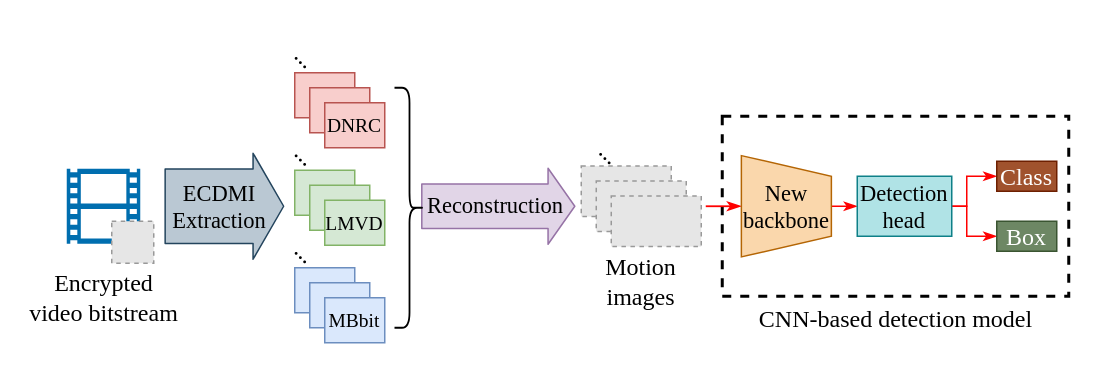
Before: Copy of NOLO.drawio in tianxianhao/Text, a draw.io diagram. Source tidied: cells renumbered, new cells numbered last; positions are measured from the earlier drawing's top-left corner, leaving out a move shared by most shapes. Both pictures are drawn from the tidied source at 150%, with x=0, y=0 at pixel (26, 42). Pictures stored in the file or linked from it are replaced by grey dashed boxes.
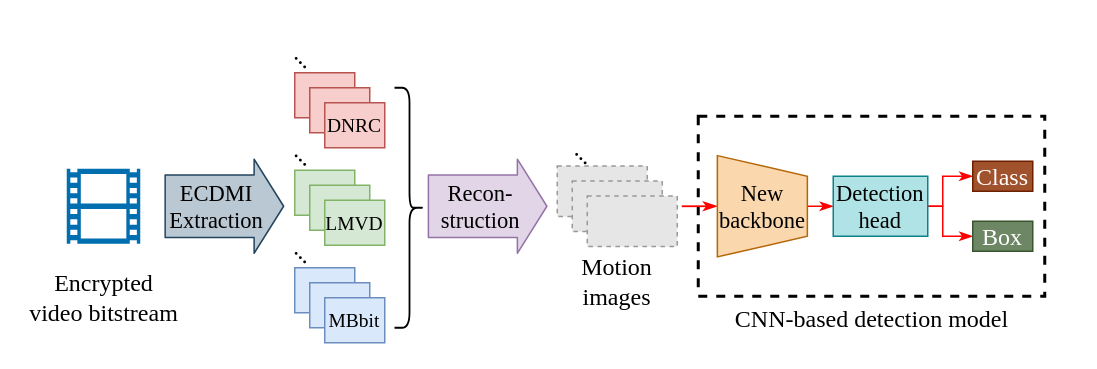
The same page after the edit.

The change refers to these unchanged cells:
```xml
<mxCell id="39" style="group;" parent="1" vertex="1">
  <mxGeometry x="90" y="76" width="80" height="60" as="geometry" />
</mxCell>
<mxCell id="40" style="group;fontFamily=Times New Roman;labelBackgroundColor=none;fontSize=18;" parent="39" vertex="1">
  <mxGeometry width="80" height="60" as="geometry" />
</mxCell>
```

The edit, as a diff of the source:
```diff
@@
     <mxCell id="2" style="rounded=0;whiteSpace=wrap;html=1;strokeColor=#000000;strokeWidth=2;fontFamily=Times New Roman;fontSize=12;fontColor=#000000;fillColor=none;dashed=1;labelBackgroundColor=none;" parent="1" vertex="1">
-      <mxGeometry x="464" y="49" width="231" height="120" as="geometry" />
+      <mxGeometry x="448" y="49" width="231" height="120" as="geometry" />
     </mxCell>
@@
-    <mxCell id="5" style="group;labelBackgroundColor=none;" parent="1" vertex="1">
-      <mxGeometry x="260.5" y="98" width="103" height="20" as="geometry" />
-    </mxCell>
-    <mxCell id="6" style="shape=flexArrow;endArrow=classic;html=1;strokeColor=#9673a6;fontSize=12;fontColor=#FF8000;width=29.72222222222222;endSize=5.611111111111111;fillColor=#e1d5e7;labelBackgroundColor=none;" parent="5" edge="1">
-      <mxGeometry relative="1" as="geometry">
-        <mxPoint x="2.7" y="11" as="sourcePoint" />
-        <mxPoint x="105.7" y="11" as="targetPoint" />
-      </mxGeometry>
-    </mxCell>
-    <mxCell id="7" style="shape=flexArrow;endArrow=classic;html=1;strokeColor=#000000;fontSize=12;fontColor=#FF8000;width=29.72222222222222;endSize=5.611111111111111;labelBackgroundColor=none;" parent="5" edge="1">
-      <mxGeometry relative="1" as="geometry">
-        <mxPoint y="11.9" as="sourcePoint" />
-        <mxPoint y="11.9" as="targetPoint" />
-      </mxGeometry>
-    </mxCell>
-    <mxCell id="8" value="&lt;font style=&quot;font-size: 15px&quot;&gt;Reconstruction&lt;/font&gt;" style="text;html=1;strokeColor=none;fillColor=none;align=center;verticalAlign=middle;whiteSpace=wrap;rounded=0;fontSize=12;fontFamily=Times New Roman;labelBackgroundColor=none;" parent="5" vertex="1">
-      <mxGeometry x="26.9" width="51.5" height="20" as="geometry" />
-    </mxCell>
@@
     <mxCell id="18" value="..." style="text;html=1;strokeColor=none;fillColor=none;align=center;verticalAlign=middle;whiteSpace=wrap;rounded=0;fontFamily=Times New Roman;fontSize=16;fontColor=#000000;rotation=45;labelBackgroundColor=none;" parent="1" vertex="1">
-      <mxGeometry x="370" y="64" width="40" height="20" as="geometry" />
+      <mxGeometry x="354" y="64" width="40" height="20" as="geometry" />
     </mxCell>
@@
     <mxCell id="22" style="fillColor=#E6E6E6;strokeColor=#999999;dashed=1;verticalLabelPosition=bottom;labelBackgroundColor=none;verticalAlign=top;" parent="1" vertex="1">
-      <mxGeometry x="370" y="82.1" width="60" height="33.8" as="geometry" />
+      <mxGeometry x="354" y="82.1" width="60" height="33.8" as="geometry" />
     </mxCell>
     <mxCell id="23" value="Motion images" style="text;html=1;strokeColor=none;fillColor=none;align=center;verticalAlign=middle;whiteSpace=wrap;rounded=0;fontSize=16;fontFamily=Times New Roman;" parent="1" vertex="1">
-      <mxGeometry x="361" y="149" width="98" height="20" as="geometry" />
+      <mxGeometry x="345" y="149" width="98" height="20" as="geometry" />
     </mxCell>
     <mxCell id="24" style="fillColor=#E6E6E6;strokeColor=#999999;dashed=1;verticalLabelPosition=bottom;labelBackgroundColor=none;verticalAlign=top;" parent="1" vertex="1">
-      <mxGeometry x="380" y="92.1" width="60" height="33.8" as="geometry" />
+      <mxGeometry x="364" y="92.1" width="60" height="33.8" as="geometry" />
     </mxCell>
     <mxCell id="25" style="fillColor=#E6E6E6;strokeColor=#999999;dashed=1;verticalLabelPosition=bottom;labelBackgroundColor=none;verticalAlign=top;" parent="1" vertex="1">
-      <mxGeometry x="390" y="102.1" width="60" height="33.8" as="geometry" />
+      <mxGeometry x="374" y="102.1" width="60" height="33.8" as="geometry" />
     </mxCell>
@@
     <mxCell id="27" style="edgeStyle=orthogonalEdgeStyle;curved=1;jettySize=auto;html=1;exitX=1;exitY=0.5;exitDx=0;exitDy=0;endArrow=classicThin;endFill=1;strokeColor=#FF0000;fontFamily=Times New Roman;fontSize=12;fontColor=#000000;entryX=0.5;entryY=1;entryDx=0;entryDy=0;labelBackgroundColor=none;strokeWidth=1.2;" parent="1" edge="1" target="29">
       <mxGeometry relative="1" as="geometry">
-        <mxPoint x="453" y="109" as="sourcePoint" />
+        <mxPoint x="437" y="109" as="sourcePoint" />
       </mxGeometry>
     </mxCell>
@@
     <mxCell id="29" style="shape=trapezoid;perimeter=trapezoidPerimeter;whiteSpace=wrap;html=1;fixedSize=1;strokeColor=#b46504;strokeWidth=1;fillColor=#fad7ac;fontFamily=Times New Roman;fontSize=12;rotation=90;size=13.75;labelBackgroundColor=none;" parent="1" vertex="1">
-      <mxGeometry x="473" y="79" width="67.5" height="60" as="geometry" />
+      <mxGeometry x="457" y="79" width="67.5" height="60" as="geometry" />
     </mxCell>
     <mxCell id="30" value="New&lt;br style=&quot;font-size: 15px;&quot;&gt;backbone" style="text;html=1;strokeColor=none;fillColor=none;align=center;verticalAlign=middle;whiteSpace=wrap;rounded=0;fontFamily=Times New Roman;fontSize=15;fontColor=#000000;labelBackgroundColor=none;" parent="1" vertex="1">
-      <mxGeometry x="486.8" y="99" width="40" height="20" as="geometry" />
+      <mxGeometry x="470.8" y="99" width="40" height="20" as="geometry" />
     </mxCell>
     <mxCell id="31" style="edgeStyle=orthogonalEdgeStyle;rounded=0;jettySize=auto;html=1;exitX=1;exitY=0.5;exitDx=0;exitDy=0;entryX=0;entryY=0.5;entryDx=0;entryDy=0;endArrow=classicThin;endFill=1;strokeColor=#FF0000;fontFamily=Times New Roman;fontSize=12;fontColor=#000000;labelBackgroundColor=none;" parent="1" edge="1" source="33" target="34">
       <mxGeometry relative="1" as="geometry">
         <Array as="points">
-          <mxPoint x="627" y="109" />
-          <mxPoint x="627" y="89" />
+          <mxPoint x="611" y="109" />
+          <mxPoint x="611" y="89" />
         </Array>
       </mxGeometry>
     </mxCell>
     <mxCell id="32" style="edgeStyle=orthogonalEdgeStyle;rounded=0;jettySize=auto;html=1;exitX=1;exitY=0.5;exitDx=0;exitDy=0;entryX=0;entryY=0.5;entryDx=0;entryDy=0;endArrow=classicThin;endFill=1;strokeColor=#FF0000;fontFamily=Times New Roman;fontSize=12;fontColor=#000000;labelBackgroundColor=none;" parent="1" edge="1" source="33" target="35">
       <mxGeometry relative="1" as="geometry">
         <Array as="points">
-          <mxPoint x="627" y="109" />
-          <mxPoint x="627" y="129" />
+          <mxPoint x="611" y="109" />
+          <mxPoint x="611" y="129" />
         </Array>
       </mxGeometry>
     </mxCell>
     <mxCell id="33" value="Detection head" style="rounded=0;whiteSpace=wrap;html=1;strokeColor=#0e8088;strokeWidth=1;fillColor=#b0e3e6;fontFamily=Times New Roman;fontSize=15;labelBackgroundColor=none;" parent="1" vertex="1">
-      <mxGeometry x="554" y="89" width="63" height="40" as="geometry" />
+      <mxGeometry x="538" y="89" width="63" height="40" as="geometry" />
     </mxCell>
     <mxCell id="34" value="Class" style="rounded=0;whiteSpace=wrap;html=1;strokeColor=#6D1F00;strokeWidth=1;fillColor=#a0522d;fontFamily=Times New Roman;fontSize=16;fontColor=#ffffff;labelBackgroundColor=none;" parent="1" vertex="1">
-      <mxGeometry x="647" y="79" width="40" height="20" as="geometry" />
+      <mxGeometry x="631" y="79" width="40" height="20" as="geometry" />
     </mxCell>
     <mxCell id="35" value="Box" style="rounded=0;whiteSpace=wrap;html=1;strokeColor=#3A5431;strokeWidth=1;fillColor=#6d8764;fontFamily=Times New Roman;fontSize=16;fontColor=#ffffff;labelBackgroundColor=none;" parent="1" vertex="1">
-      <mxGeometry x="647" y="119" width="40" height="20" as="geometry" />
+      <mxGeometry x="631" y="119" width="40" height="20" as="geometry" />
     </mxCell>
     <mxCell id="36" value="CNN-based detection model" style="text;html=1;strokeColor=none;fillColor=none;align=center;verticalAlign=middle;whiteSpace=wrap;rounded=0;fontSize=16;fontFamily=Times New Roman;" parent="1" vertex="1">
-      <mxGeometry x="462.6" y="174" width="233.9" height="20" as="geometry" />
+      <mxGeometry x="446.6" y="174" width="233.9" height="20" as="geometry" />
     </mxCell>
@@
-    <mxCell id="38" style="fillColor=#E6E6E6;strokeColor=#999999;dashed=1;verticalLabelPosition=bottom;labelBackgroundColor=none;verticalAlign=top;" parent="1" vertex="1">
-      <mxGeometry x="57" y="119" width="28" height="28" as="geometry" />
-    </mxCell>
@@
-    <mxCell id="41" style="shape=flexArrow;endArrow=classic;html=1;strokeColor=#23445d;fontSize=12;fontColor=#FF8000;width=49.6551724137931;endSize=6.462068965517241;fillColor=#bac8d3;labelBackgroundColor=none;" parent="40" edge="1">
+    <mxCell id="41" style="shape=flexArrow;endArrow=classic;html=1;strokeColor=#23445d;fontSize=12;fontColor=#FF8000;width=41.714285714285715;endSize=6.228571428571429;fillColor=#bac8d3;labelBackgroundColor=none;" parent="40" edge="1">
       <mxGeometry relative="1" as="geometry">
         <mxPoint x="2.1" y="33" as="sourcePoint" />
         <mxPoint x="82.1" y="33" as="targetPoint" />
       </mxGeometry>
     </mxCell>
@@
     <mxCell id="43" value="&lt;font style=&quot;font-size: 15px;&quot;&gt;ECDMI&lt;br style=&quot;font-size: 15px;&quot;&gt;Extraction&lt;/font&gt;" style="text;html=1;strokeColor=none;fillColor=none;align=center;verticalAlign=middle;whiteSpace=wrap;rounded=0;fontSize=15;fontFamily=Times New Roman;labelBackgroundColor=none;" parent="39" vertex="1">
-      <mxGeometry x="19" y="23.1" width="40" height="20" as="geometry" />
+      <mxGeometry x="17" y="23.1" width="40" height="20" as="geometry" />
     </mxCell>
@@
+    <mxCell id="45" style="group;" parent="1" vertex="1">
+      <mxGeometry x="265.5" y="76" width="80" height="60" as="geometry" />
+    </mxCell>
+    <mxCell id="46" style="group;fontFamily=Times New Roman;labelBackgroundColor=none;fontSize=18;" parent="45" vertex="1">
+      <mxGeometry width="80" height="60" as="geometry" />
+    </mxCell>
+    <mxCell id="47" style="shape=flexArrow;endArrow=classic;html=1;strokeColor=#9673a6;fontSize=12;fontColor=#FF8000;width=41.714285714285715;endSize=6.228571428571429;fillColor=#e1d5e7;labelBackgroundColor=none;" parent="46" edge="1">
+      <mxGeometry relative="1" as="geometry">
+        <mxPoint x="2.1" y="33" as="sourcePoint" />
+        <mxPoint x="82.1" y="33" as="targetPoint" />
+      </mxGeometry>
+    </mxCell>
+    <mxCell id="48" style="shape=flexArrow;endArrow=classic;html=1;strokeColor=#000000;fontSize=12;fontColor=#FF8000;width=29.72222222222222;endSize=5.611111111111111;labelBackgroundColor=none;" parent="46" edge="1">
+      <mxGeometry relative="1" as="geometry">
+        <mxPoint y="32.6" as="sourcePoint" />
+        <mxPoint y="32.6" as="targetPoint" />
+      </mxGeometry>
+    </mxCell>
+    <mxCell id="49" value="Recon-struction" style="text;html=1;strokeColor=none;fillColor=none;align=center;verticalAlign=middle;whiteSpace=wrap;rounded=0;fontSize=15;fontFamily=Times New Roman;labelBackgroundColor=none;" parent="45" vertex="1">
+      <mxGeometry x="17" y="23.1" width="40" height="20" as="geometry" />
+    </mxCell>
```
